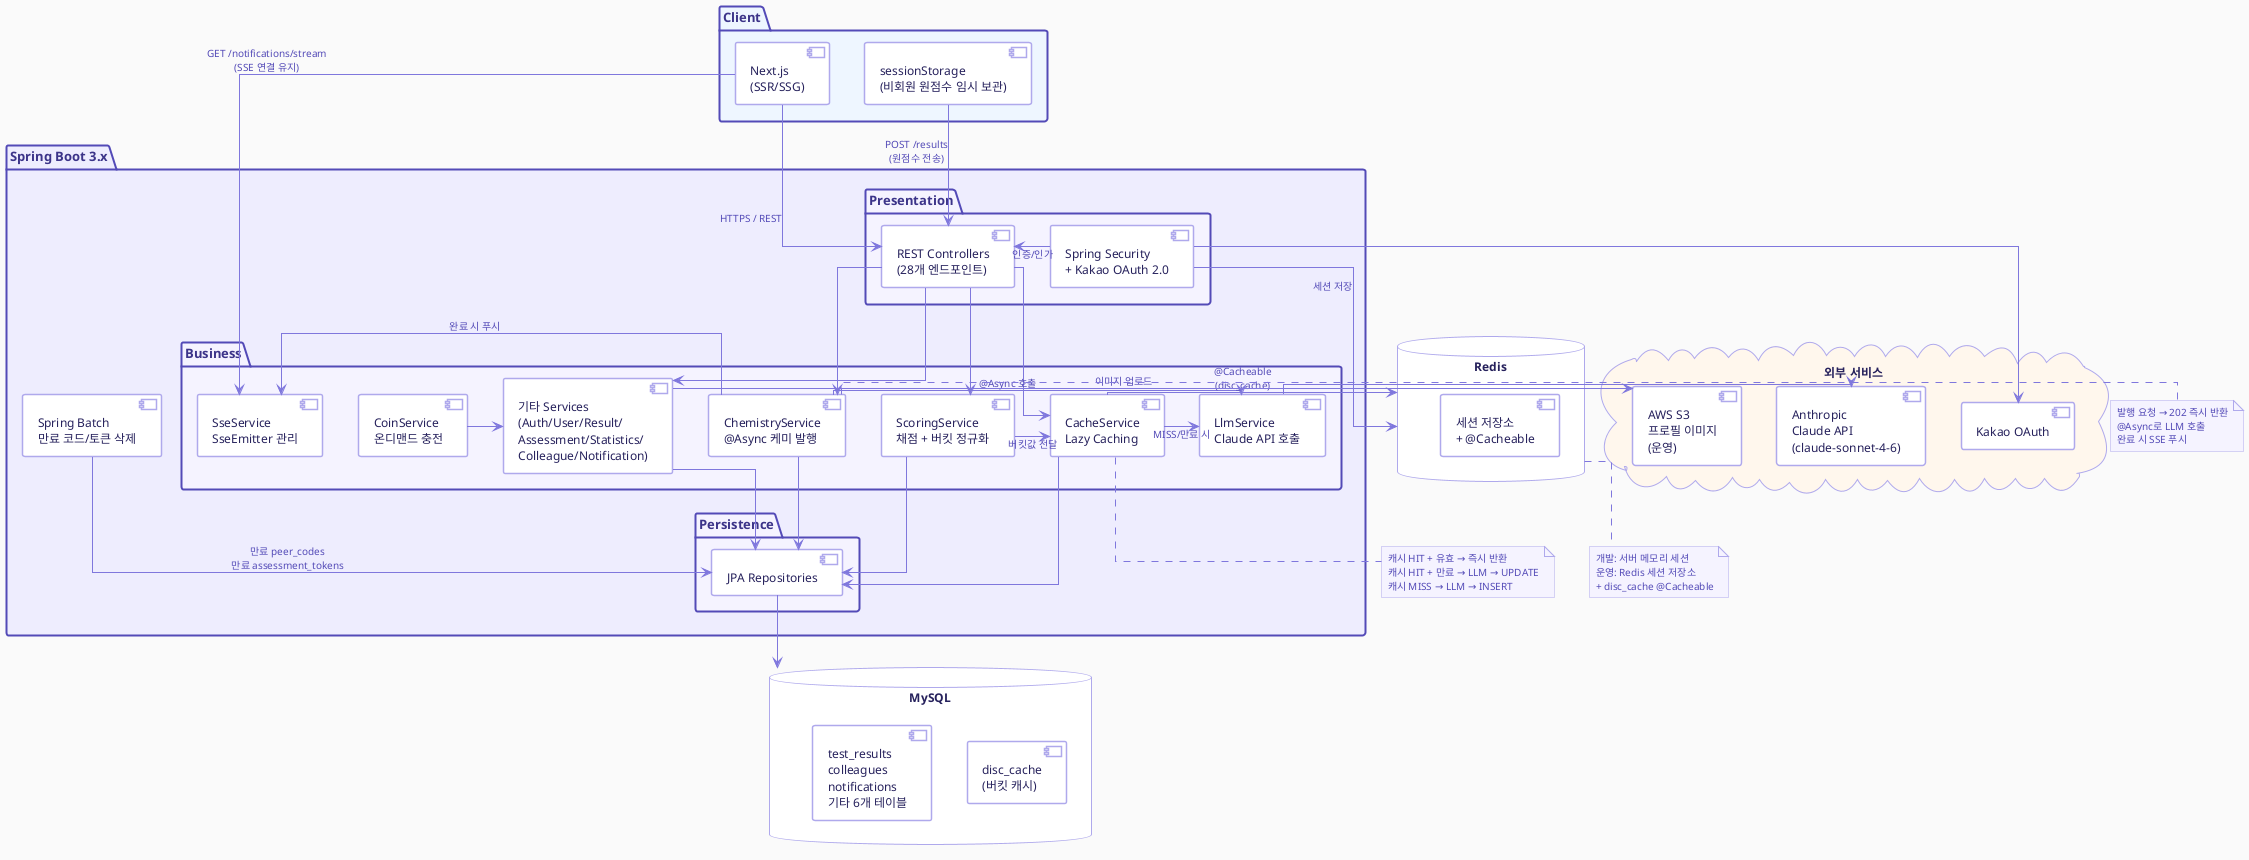
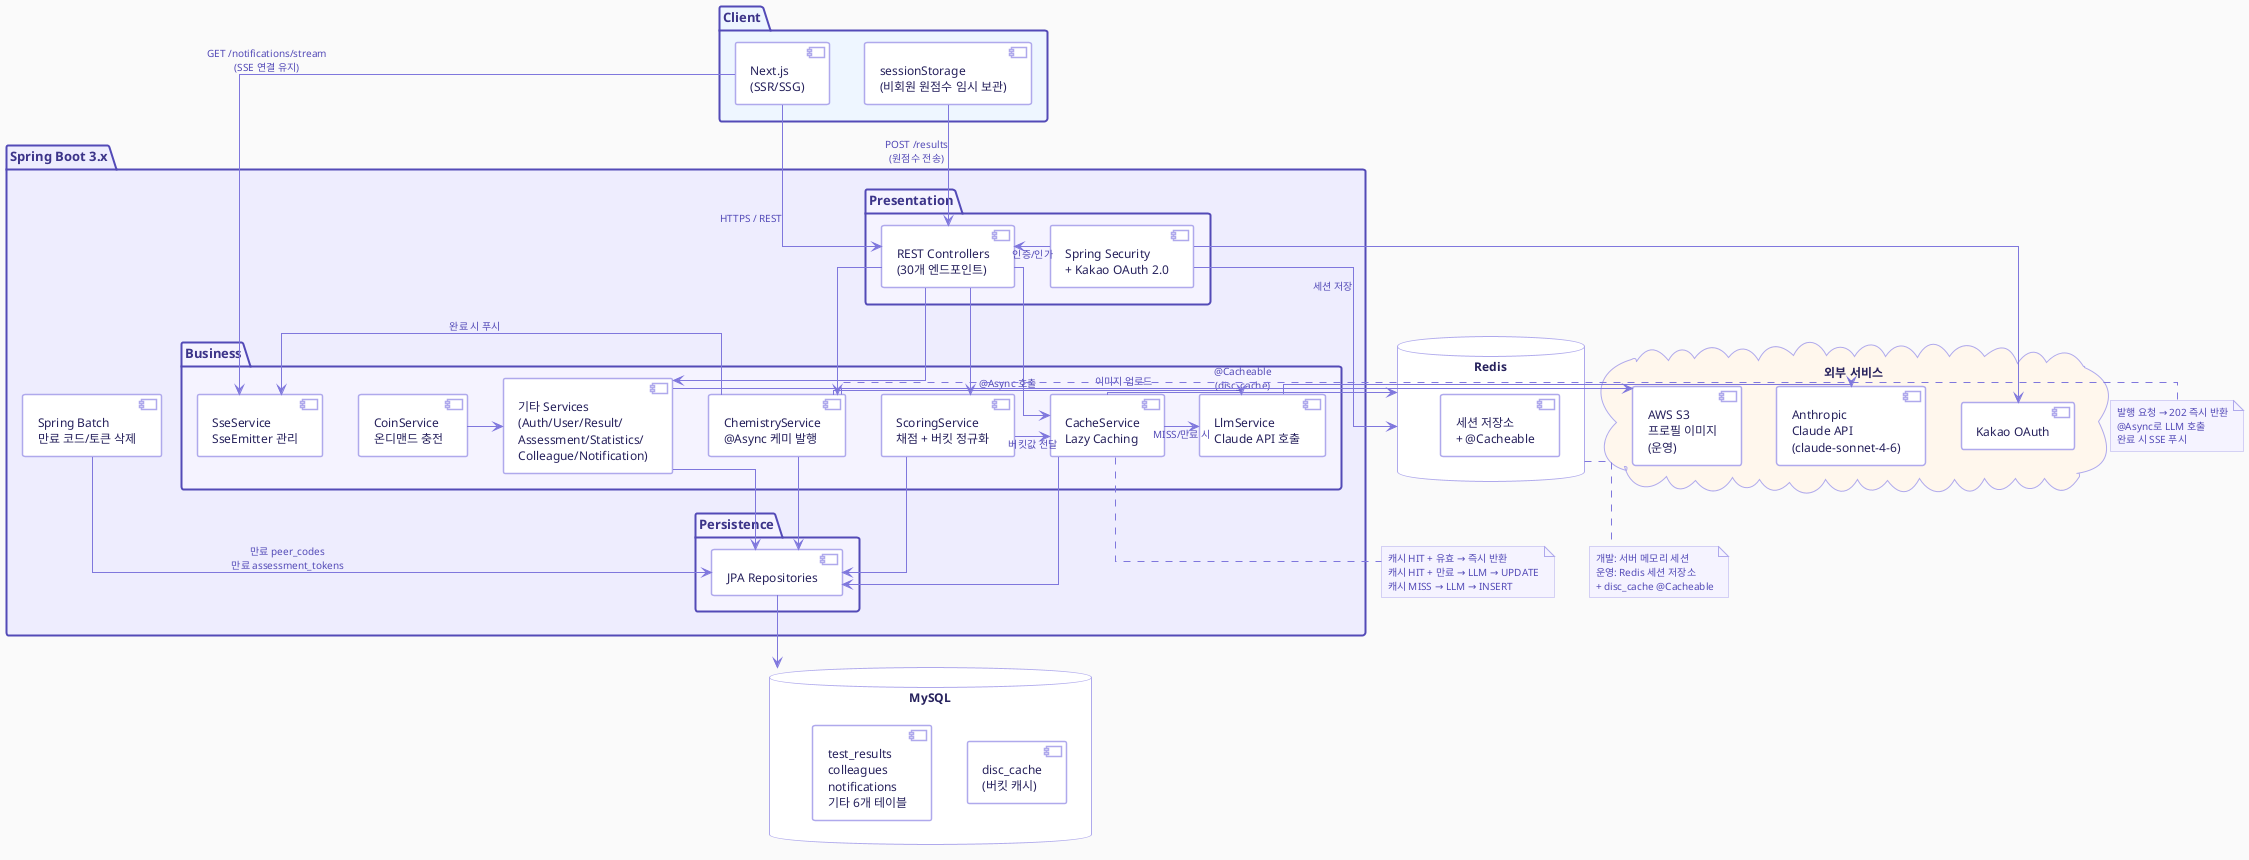
@startuml MyCPT_Architecture

skinparam backgroundColor #FAFAFA
skinparam defaultFontName "Apple SD Gothic Neo, sans-serif"
skinparam defaultFontSize 12
skinparam defaultFontColor #26215C

skinparam component {
  BackgroundColor #FFFFFF
  BorderColor #AFA9EC
  BorderThickness 1.5
  FontColor #26215C
  FontSize 12
  ArrowColor #7F77DD
  ArrowFontColor #534AB7
  ArrowFontSize 10
}

skinparam package {
  BackgroundColor #EEEDFE
  BorderColor #534AB7
  BorderThickness 2
  FontColor #3C3489
  FontSize 13
  FontStyle bold
}

skinparam database {
  BackgroundColor #FFFFFF
  BorderColor #AFA9EC
  FontColor #26215C
}

skinparam cloud {
  BackgroundColor #FFFFFF
  BorderColor #AFA9EC
  FontColor #26215C
}

skinparam note {
  BackgroundColor #F5F3FF
  BorderColor #AFA9EC
  FontColor #534AB7
  FontSize 10
}

skinparam linetype ortho

package "Client" #EEF6FF {
  [Next.js\n(SSR/SSG)] as NextJS
  [sessionStorage\n(비회원 원점수 임시 보관)] as Session
}

package "Spring Boot 3.x" #EEEDFE {

  package "Presentation" #F5F3FF {
-     [REST Controllers\n(28개 엔드포인트)] as Controllers
+     [REST Controllers\n(30개 엔드포인트)] as Controllers
    [Spring Security\n+ Kakao OAuth 2.0] as Security
  }

  package "Business" #F5F3FF {
    [ScoringService\n채점 + 버킷 정규화] as Scoring
    [CacheService\nLazy Caching] as Cache
    [LlmService\nClaude API 호출] as Llm
    [ChemistryService\n@Async 케미 발행] as Chemistry
    [SseService\nSseEmitter 관리] as Sse
    [CoinService\n온디맨드 충전] as Coin
    [기타 Services\n(Auth/User/Result/\nAssessment/Statistics/\nColleague/Notification)] as OtherServices
  }

  package "Persistence" #F5F3FF {
    [JPA Repositories] as Repos
  }

  [Spring Batch\n만료 코드/토큰 삭제] as Batch
}

database "MySQL" as MySQL {
  [disc_cache\n(버킷 캐시)] as DiscCache
  [test_results\ncolleagues\nnotifications\n기타 6개 테이블] as OtherTables
}

database "Redis" as Redis {
  [세션 저장소\n+ @Cacheable] as RedisData
}

cloud "외부 서비스" #FFF7ED {
  [Anthropic\nClaude API\n(claude-sonnet-4-6)] as ClaudeAPI
  [Kakao OAuth] as Kakao
  [AWS S3\n프로필 이미지\n(운영)] as S3
}

' Client ↔ Spring Boot
NextJS   -down-> Controllers : HTTPS / REST
NextJS   -down-> Sse         : GET /notifications/stream\n(SSE 연결 유지)
Session  -down-> Controllers : POST /results\n(원점수 전송)

' Security
Security -right-> Controllers : 인증/인가

' Controller → Service
Controllers -down-> Scoring
Controllers -down-> Cache
Controllers -down-> Chemistry
Controllers -down-> OtherServices

' Service 내부 흐름
Scoring     -right-> Cache       : 버킷값 전달
Cache       -right-> Llm         : MISS/만료 시
Chemistry   -right-> Llm         : @Async 호출
Chemistry   -right-> Sse         : 완료 시 푸시
Coin        -right-> OtherServices

' Service → Repository
Scoring         -down-> Repos
Cache           -down-> Repos
OtherServices   -down-> Repos
Chemistry       -down-> Repos

' Repository → DB
Repos -down-> MySQL

' Redis
Cache         -right-> Redis : @Cacheable\n(disc_cache)
Security      -right-> Redis : 세션 저장

' 외부 연동
Llm       -right-> ClaudeAPI
Security  -down->  Kakao
OtherServices -right-> S3   : 이미지 업로드

' Batch
Batch -down-> Repos : 만료 peer_codes\n만료 assessment_tokens

note bottom of Cache
  캐시 HIT + 유효 → 즉시 반환
  캐시 HIT + 만료 → LLM → UPDATE
  캐시 MISS → LLM → INSERT
end note

note right of Chemistry
  발행 요청 → 202 즉시 반환
  @Async로 LLM 호출
  완료 시 SSE 푸시
end note

note bottom of Redis
  개발: 서버 메모리 세션
  운영: Redis 세션 저장소
  + disc_cache @Cacheable
end note

@enduml
